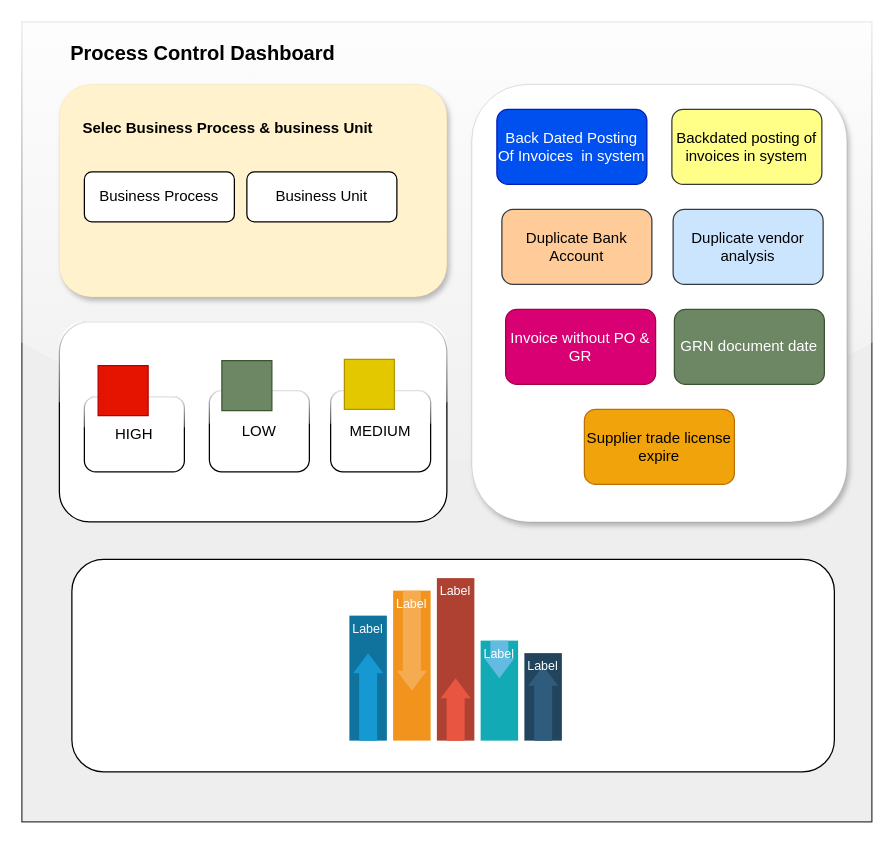
Before: Untitled Diagram.drawio in AvikM1996/draw.io, a draw.io diagram. Source tidied: cells renumbered, new cells numbered last; positions are measured from the earlier drawing's top-left corner, leaving out a move shared by most shapes. Both pictures are drawn from the tidied source at 125%, with x=0, y=0 at pixel (21, 21).
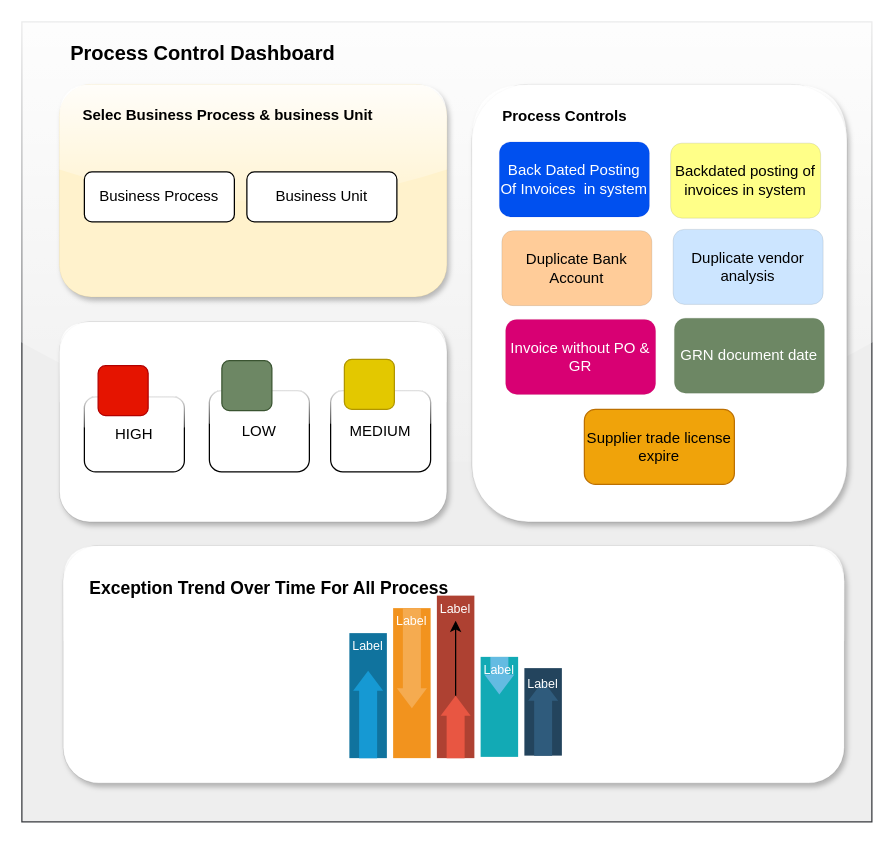
The same page after the edit.

The change refers to these unchanged cells:
```xml
<mxCell id="30" style="shape=mxgraph.arrows2.arrow;dy=0.4;dx=16;notch=0;direction=north;fillColor=#E85642;strokeColor=none;" parent="29" vertex="1">
  <mxGeometry x="3" y="80" width="24" height="50" as="geometry" />
</mxCell>
<mxCell id="31" value="Label" style="text;html=1;align=center;verticalAlign=middle;whiteSpace=wrap;fontColor=#FFFFFF;fontSize=10;strokeColor=none;fillColor=none;" parent="29" vertex="1">
  <mxGeometry width="30" height="20" as="geometry" />
</mxCell>
```

The edit, as a diff of the source:
```diff
@@
-    <mxCell id="3" style="rounded=1;whiteSpace=wrap;html=1;fillColor=#fff2cc;strokeColor=#d6b656;shadow=1;strokeWidth=0;" parent="1" vertex="1">
+    <mxCell id="3" style="rounded=1;whiteSpace=wrap;html=1;fillColor=#fff2cc;strokeColor=#d6b656;shadow=1;strokeWidth=0;glass=1;" parent="1" vertex="1">
       <mxGeometry x="30" y="50" width="310" height="170" as="geometry" />
     </mxCell>
     <mxCell id="4" value="Selec Business Process &amp;amp; business Unit" style="text;html=1;align=center;verticalAlign=middle;whiteSpace=wrap;rounded=0;fontStyle=1;" parent="1" vertex="1">
-      <mxGeometry x="40" y="70" width="250" height="30" as="geometry" />
+      <mxGeometry x="40" y="60" width="250" height="30" as="geometry" />
     </mxCell>
@@
-    <mxCell id="7" style="rounded=1;whiteSpace=wrap;html=1;strokeWidth=0;shadow=1;" parent="1" vertex="1">
+    <mxCell id="7" style="rounded=1;whiteSpace=wrap;html=1;strokeWidth=0;shadow=1;glass=1;" parent="1" vertex="1">
       <mxGeometry x="360" y="50" width="300" height="350" as="geometry" />
     </mxCell>
-    <mxCell id="8" value="Back Dated Posting Of Invoices&amp;nbsp; in system" style="rounded=1;whiteSpace=wrap;html=1;fillColor=#0050ef;strokeColor=#001DBC;fontColor=#ffffff;" parent="1" vertex="1">
-      <mxGeometry x="380" y="70" width="120" height="60" as="geometry" />
+    <mxCell id="8" value="Back Dated Posting Of Invoices&amp;nbsp; in system" style="rounded=1;whiteSpace=wrap;html=1;fillColor=#0050ef;strokeColor=#001DBC;fontColor=#ffffff;strokeWidth=0;" parent="1" vertex="1">
+      <mxGeometry x="382" y="96" width="120" height="60" as="geometry" />
     </mxCell>
-    <mxCell id="9" value="Backdated posting of invoices in system" style="rounded=1;whiteSpace=wrap;html=1;fillColor=#ffff88;strokeColor=#36393d;" parent="1" vertex="1">
-      <mxGeometry x="520" y="70" width="120" height="60" as="geometry" />
+    <mxCell id="9" value="Backdated posting of invoices in system" style="rounded=1;whiteSpace=wrap;html=1;fillColor=#ffff88;strokeColor=#36393d;strokeWidth=0;" parent="1" vertex="1">
+      <mxGeometry x="519" y="97" width="120" height="60" as="geometry" />
     </mxCell>
-    <mxCell id="10" value="Duplicate Bank Account" style="rounded=1;whiteSpace=wrap;html=1;fillColor=#ffcc99;strokeColor=#36393d;" parent="1" vertex="1">
-      <mxGeometry x="384" y="150" width="120" height="60" as="geometry" />
+    <mxCell id="10" value="Duplicate Bank Account" style="rounded=1;whiteSpace=wrap;html=1;fillColor=#ffcc99;strokeColor=#36393d;strokeWidth=0;" parent="1" vertex="1">
+      <mxGeometry x="384" y="167" width="120" height="60" as="geometry" />
     </mxCell>
-    <mxCell id="11" value="Duplicate vendor analysis" style="rounded=1;whiteSpace=wrap;html=1;fillColor=#cce5ff;strokeColor=#36393d;" parent="1" vertex="1">
-      <mxGeometry x="521" y="150" width="120" height="60" as="geometry" />
+    <mxCell id="11" value="Duplicate vendor analysis" style="rounded=1;whiteSpace=wrap;html=1;fillColor=#cce5ff;strokeColor=#36393d;strokeWidth=0;" parent="1" vertex="1">
+      <mxGeometry x="521" y="166" width="120" height="60" as="geometry" />
     </mxCell>
-    <mxCell id="12" value="Invoice without PO &amp;amp; GR" style="rounded=1;whiteSpace=wrap;html=1;fillColor=#d80073;fontColor=#ffffff;strokeColor=#A50040;" parent="1" vertex="1">
-      <mxGeometry x="387" y="230" width="120" height="60" as="geometry" />
+    <mxCell id="12" value="Invoice without PO &amp;amp; GR" style="rounded=1;whiteSpace=wrap;html=1;fillColor=#d80073;fontColor=#ffffff;strokeColor=#A50040;strokeWidth=0;" parent="1" vertex="1">
+      <mxGeometry x="387" y="238" width="120" height="60" as="geometry" />
     </mxCell>
-    <mxCell id="13" value="GRN document date" style="rounded=1;whiteSpace=wrap;html=1;fillColor=#6d8764;fontColor=#ffffff;strokeColor=#3A5431;" parent="1" vertex="1">
-      <mxGeometry x="522" y="230" width="120" height="60" as="geometry" />
+    <mxCell id="13" value="GRN document date" style="rounded=1;whiteSpace=wrap;html=1;fillColor=#6d8764;fontColor=#ffffff;strokeColor=#3A5431;strokeWidth=0;" parent="1" vertex="1">
+      <mxGeometry x="522" y="237" width="120" height="60" as="geometry" />
     </mxCell>
@@
-    <mxCell id="15" style="rounded=1;whiteSpace=wrap;html=1;glass=1;" parent="1" vertex="1">
+    <mxCell id="15" style="rounded=1;whiteSpace=wrap;html=1;glass=1;strokeWidth=0;shadow=1;" parent="1" vertex="1">
       <mxGeometry x="30" y="240" width="310" height="160" as="geometry" />
     </mxCell>
@@
-    <mxCell id="19" style="rounded=0;whiteSpace=wrap;html=1;fillColor=#e51400;fontColor=#ffffff;strokeColor=#B20000;" parent="1" vertex="1">
+    <mxCell id="19" style="rounded=1;whiteSpace=wrap;html=1;fillColor=#e51400;fontColor=#ffffff;strokeColor=#B20000;" parent="1" vertex="1">
       <mxGeometry x="61" y="275" width="40" height="40" as="geometry" />
     </mxCell>
-    <mxCell id="20" style="rounded=0;whiteSpace=wrap;html=1;fillColor=#6d8764;fontColor=#ffffff;strokeColor=#3A5431;" parent="1" vertex="1">
+    <mxCell id="20" style="rounded=1;whiteSpace=wrap;html=1;fillColor=#6d8764;fontColor=#ffffff;strokeColor=#3A5431;" parent="1" vertex="1">
       <mxGeometry x="160" y="271" width="40" height="40" as="geometry" />
     </mxCell>
-    <mxCell id="21" style="rounded=0;whiteSpace=wrap;html=1;fillColor=#e3c800;fontColor=#000000;strokeColor=#B09500;" parent="1" vertex="1">
+    <mxCell id="21" style="rounded=1;whiteSpace=wrap;html=1;fillColor=#e3c800;fontColor=#000000;strokeColor=#B09500;" parent="1" vertex="1">
       <mxGeometry x="258" y="270" width="40" height="40" as="geometry" />
     </mxCell>
-    <mxCell id="22" style="rounded=1;whiteSpace=wrap;html=1;" parent="1" vertex="1">
-      <mxGeometry x="40" y="430" width="610" height="170" as="geometry" />
+    <mxCell id="22" style="rounded=1;whiteSpace=wrap;html=1;glass=1;strokeWidth=0;shadow=1;" parent="1" vertex="1">
+      <mxGeometry x="33" y="419" width="625" height="190" as="geometry" />
     </mxCell>
     <mxCell id="23" style="fillColor=#10739E;strokeColor=none;" parent="1" vertex="1">
-      <mxGeometry x="262" y="475" width="30" height="100" as="geometry" />
+      <mxGeometry x="262" y="489" width="30" height="100" as="geometry" />
     </mxCell>
@@
     <mxCell id="26" style="fillColor=#F2931E;strokeColor=none;" parent="1" vertex="1">
-      <mxGeometry x="297" y="455" width="30" height="120" as="geometry" />
+      <mxGeometry x="297" y="469" width="30" height="120" as="geometry" />
     </mxCell>
@@
     <mxCell id="29" style="fillColor=#AE4132;strokeColor=none;" parent="1" vertex="1">
-      <mxGeometry x="332" y="445" width="30" height="130" as="geometry" />
+      <mxGeometry x="332" y="459" width="30" height="130" as="geometry" />
     </mxCell>
+    <mxCell id="39" style="edgeStyle=orthogonalEdgeStyle;rounded=0;jettySize=auto;html=1;" parent="29" edge="1" source="30" target="31">
+      <mxGeometry relative="1" as="geometry" />
+    </mxCell>
@@
     <mxCell id="32" style="fillColor=#12AAB5;strokeColor=none;" parent="1" vertex="1">
-      <mxGeometry x="367" y="495" width="30" height="80" as="geometry" />
+      <mxGeometry x="367" y="508" width="30" height="80" as="geometry" />
     </mxCell>
@@
     <mxCell id="35" style="fillColor=#23445D;strokeColor=none;" parent="1" vertex="1">
-      <mxGeometry x="402" y="505" width="30" height="70" as="geometry" />
+      <mxGeometry x="402" y="517" width="30" height="70" as="geometry" />
     </mxCell>
@@
     <mxCell id="37" value="Label" style="text;html=1;align=center;verticalAlign=middle;whiteSpace=wrap;fontColor=#FFFFFF;fontSize=10;strokeColor=none;fillColor=none;" parent="35" vertex="1">
-      <mxGeometry width="30" height="20" as="geometry" />
+      <mxGeometry y="2" width="30" height="20" as="geometry" />
     </mxCell>
@@
+    <mxCell id="40" value="Process Controls" style="text;html=1;align=center;verticalAlign=middle;whiteSpace=wrap;rounded=0;fontStyle=1;" parent="1" vertex="1">
+      <mxGeometry x="379" y="61" width="111" height="30" as="geometry" />
+    </mxCell>
+    <mxCell id="41" value="Exception Trend Over Time For All Process" style="text;html=1;align=center;verticalAlign=middle;whiteSpace=wrap;rounded=0;fontStyle=1;fontSize=14;" parent="1" vertex="1">
+      <mxGeometry x="46" y="438" width="304" height="30" as="geometry" />
+    </mxCell>
```
